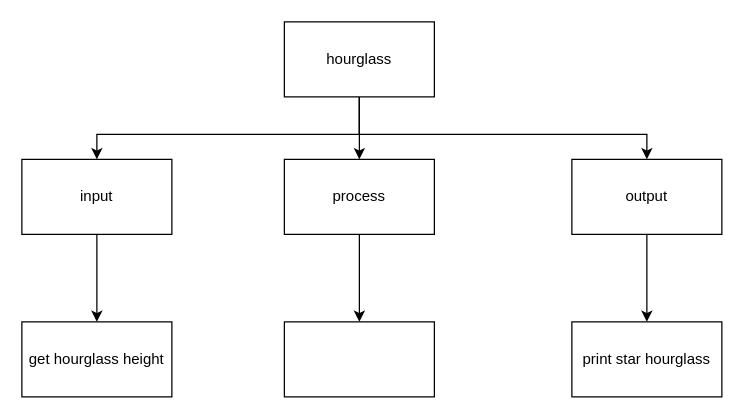
This is top.drawio from lily-liu-17/ics4u-assignment4-typescript, a draw.io file, before an edit. Source tidied: cells renumbered, new cells numbered last; positions are measured from the earlier drawing's top-left corner, leaving out a move shared by most shapes. Both pictures are drawn from the tidied source at 125%, with x=0, y=0 at pixel (21, 21).
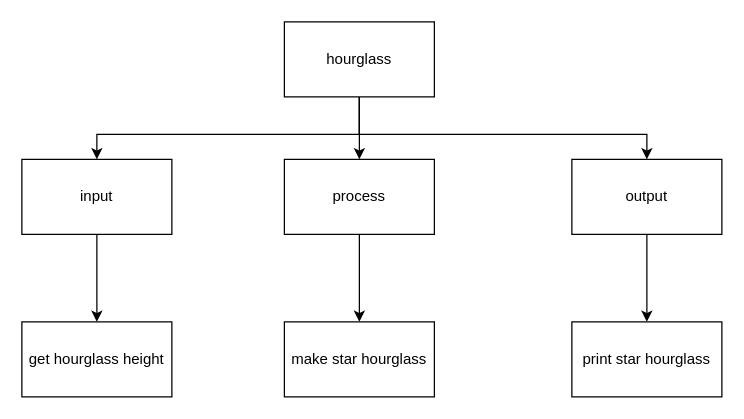
After the change.

The edit, as a diff of the source:
```diff
@@
 <mxGraphModel>
   <root>
     <mxCell id="0" />
     <mxCell id="1" parent="0" />
     <mxCell id="2" style="edgeStyle=none;rounded=0;html=1;" parent="1" edge="1" source="3" target="6">
       <mxGeometry relative="1" as="geometry" />
     </mxCell>
     <mxCell id="3" value="process" style="rounded=0;whiteSpace=wrap;html=1;" parent="1" vertex="1">
       <mxGeometry x="210" y="110" width="120" height="60" as="geometry" />
     </mxCell>
     <mxCell id="4" value="get hourglass height" style="rounded=0;whiteSpace=wrap;html=1;" parent="1" vertex="1">
       <mxGeometry y="240" width="120" height="60" as="geometry" />
     </mxCell>
     <mxCell id="5" value="print star hourglass" style="rounded=0;whiteSpace=wrap;html=1;" parent="1" vertex="1">
       <mxGeometry x="440" y="240" width="120" height="60" as="geometry" />
     </mxCell>
-    <mxCell id="6" style="rounded=0;whiteSpace=wrap;html=1;" parent="1" vertex="1">
+    <mxCell id="6" value="make star hourglass" style="rounded=0;whiteSpace=wrap;html=1;" parent="1" vertex="1">
       <mxGeometry x="210" y="240" width="120" height="60" as="geometry" />
     </mxCell>
     <mxCell id="7" style="edgeStyle=none;html=1;" parent="1" edge="1" source="8" target="5">
       <mxGeometry relative="1" as="geometry" />
     </mxCell>
     <mxCell id="8" value="output" style="rounded=0;whiteSpace=wrap;html=1;" parent="1" vertex="1">
       <mxGeometry x="440" y="110" width="120" height="60" as="geometry" />
     </mxCell>
     <mxCell id="9" style="edgeStyle=none;rounded=0;html=1;" parent="1" edge="1" source="10" target="4">
       <mxGeometry relative="1" as="geometry" />
     </mxCell>
     <mxCell id="10" value="input" style="rounded=0;whiteSpace=wrap;html=1;" parent="1" vertex="1">
       <mxGeometry y="110" width="120" height="60" as="geometry" />
     </mxCell>
     <mxCell id="11" style="edgeStyle=none;html=1;" parent="1" edge="1" source="14" target="3">
       <mxGeometry relative="1" as="geometry" />
     </mxCell>
     <mxCell id="12" style="edgeStyle=none;html=1;entryX=0.5;entryY=0;entryDx=0;entryDy=0;rounded=0;" parent="1" edge="1" source="14" target="8">
       <mxGeometry relative="1" as="geometry">
         <Array as="points">
           <mxPoint x="270" y="90" />
           <mxPoint x="500" y="90" />
         </Array>
       </mxGeometry>
     </mxCell>
     <mxCell id="13" style="edgeStyle=none;rounded=0;html=1;entryX=0.5;entryY=0;entryDx=0;entryDy=0;" parent="1" edge="1" source="14" target="10">
       <mxGeometry relative="1" as="geometry">
         <Array as="points">
           <mxPoint x="270" y="90" />
           <mxPoint x="60" y="90" />
         </Array>
       </mxGeometry>
     </mxCell>
     <mxCell id="14" value="hourglass" style="rounded=0;whiteSpace=wrap;html=1;" parent="1" vertex="1">
       <mxGeometry x="210" width="120" height="60" as="geometry" />
     </mxCell>
   </root>
 </mxGraphModel>
```
